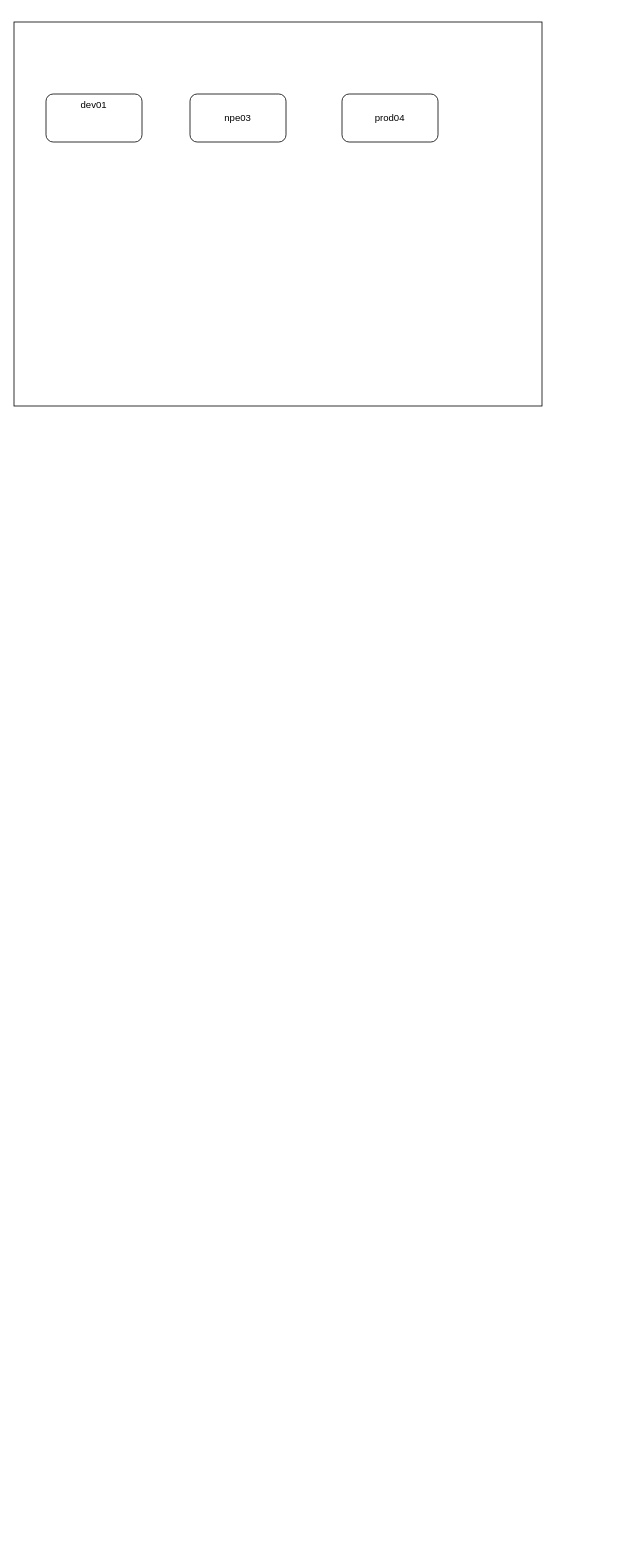
Before: sparknz_env.drawio in huangdgm/drawio, a draw.io diagram. Source tidied: cells renumbered, new cells numbered last; positions are measured from the earlier drawing's top-left corner, leaving out a move shared by most shapes. Both pictures are drawn from the tidied source at 80%, with x=0, y=0 at pixel (14, 22).
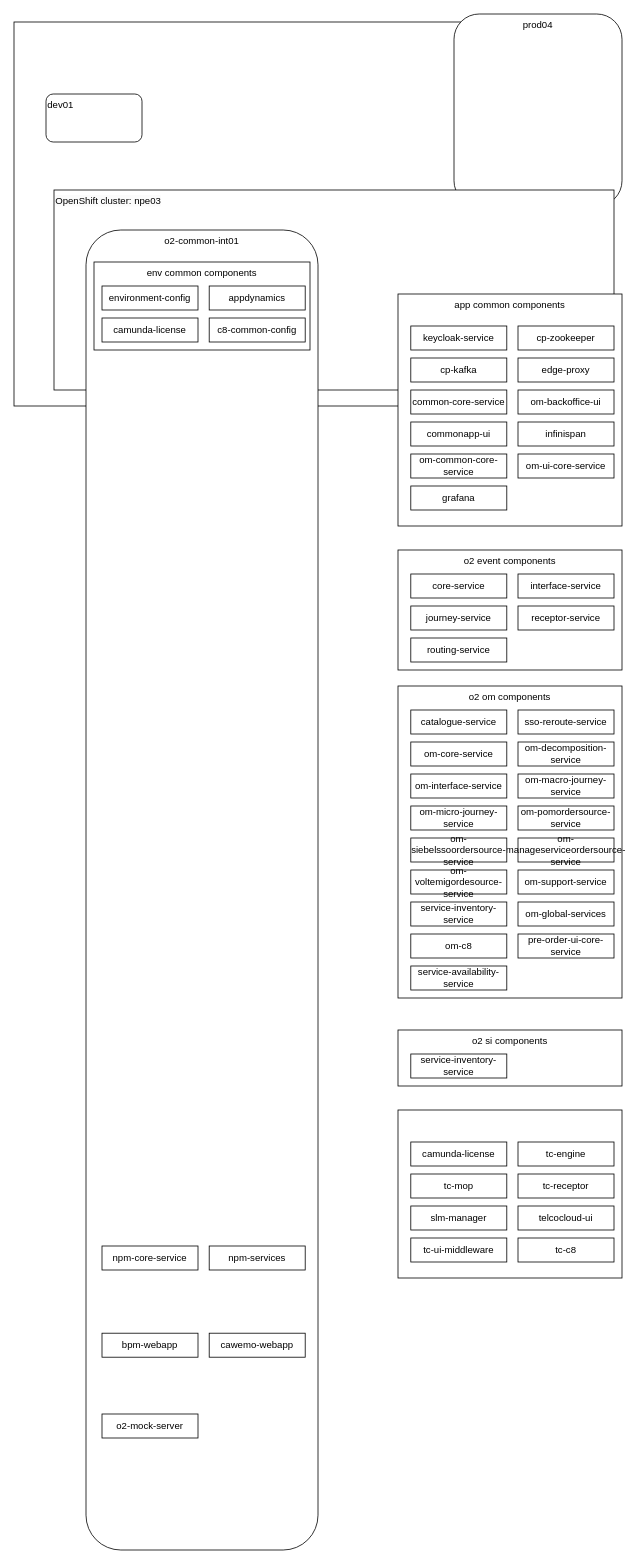
Above is the later version.

Change to the diagram source:
```diff
@@
-    <mxCell id="3" value="dev01" style="rounded=1;whiteSpace=wrap;html=1;verticalAlign=top;" parent="1" vertex="1">
+    <mxCell id="3" value="dev01" style="rounded=1;whiteSpace=wrap;html=1;verticalAlign=top;align=left;" parent="1" vertex="1">
       <mxGeometry x="40" y="90" width="120" height="60" as="geometry" />
     </mxCell>
-    <mxCell id="4" value="npe03" style="rounded=1;whiteSpace=wrap;html=1;" parent="1" vertex="1">
-      <mxGeometry x="220" y="90" width="120" height="60" as="geometry" />
-    </mxCell>
-    <mxCell id="5" value="prod04" style="rounded=1;whiteSpace=wrap;html=1;" parent="1" vertex="1">
-      <mxGeometry x="410" y="90" width="120" height="60" as="geometry" />
+    <mxCell id="5" value="prod04" style="rounded=1;whiteSpace=wrap;html=1;align=center;verticalAlign=top;" parent="1" vertex="1">
+      <mxGeometry x="550" y="-10" width="210" height="240" as="geometry" />
     </mxCell>
+    <mxCell id="6" value="&lt;span style=&quot;color: rgb(0, 0, 0); font-family: Helvetica; font-size: 12px; font-style: normal; font-variant-ligatures: normal; font-variant-caps: normal; font-weight: 400; letter-spacing: normal; orphans: 2; text-indent: 0px; text-transform: none; widows: 2; word-spacing: 0px; -webkit-text-stroke-width: 0px; background-color: rgb(251, 251, 251); text-decoration-thickness: initial; text-decoration-style: initial; text-decoration-color: initial; float: none; display: inline !important;&quot;&gt;OpenShift cluster: npe03&lt;/span&gt;" style="rounded=0;whiteSpace=wrap;html=1;align=left;verticalAlign=top;" parent="1" vertex="1">
+      <mxGeometry x="50" y="210" width="700" height="250" as="geometry" />
+    </mxCell>
+    <mxCell id="7" value="o2-common-int01" style="rounded=1;whiteSpace=wrap;html=1;verticalAlign=top;" parent="1" vertex="1">
+      <mxGeometry x="90" y="260" width="290" height="1650" as="geometry" />
+    </mxCell>
+    <mxCell id="8" value="env common components" style="rounded=0;whiteSpace=wrap;html=1;verticalAlign=top;" parent="1" vertex="1">
+      <mxGeometry x="100" y="300" width="270" height="110" as="geometry" />
+    </mxCell>
+    <mxCell id="9" value="npm-core-service" style="rounded=0;whiteSpace=wrap;html=1;" parent="1" vertex="1">
+      <mxGeometry x="110" y="1530" width="120" height="30" as="geometry" />
+    </mxCell>
+    <mxCell id="10" value="npm-services" style="rounded=0;whiteSpace=wrap;html=1;" parent="1" vertex="1">
+      <mxGeometry x="244" y="1530" width="120" height="30" as="geometry" />
+    </mxCell>
+    <mxCell id="11" value="bpm-webapp" style="rounded=0;whiteSpace=wrap;html=1;" parent="1" vertex="1">
+      <mxGeometry x="110" y="1639" width="120" height="30" as="geometry" />
+    </mxCell>
+    <mxCell id="12" value="cawemo-webapp" style="rounded=0;whiteSpace=wrap;html=1;" parent="1" vertex="1">
+      <mxGeometry x="244" y="1639" width="120" height="30" as="geometry" />
+    </mxCell>
+    <mxCell id="13" value="o2-mock-server" style="rounded=0;whiteSpace=wrap;html=1;" parent="1" vertex="1">
+      <mxGeometry x="110" y="1740" width="120" height="30" as="geometry" />
+    </mxCell>
+    <mxCell id="14" value="environment-config" style="rounded=0;whiteSpace=wrap;html=1;" parent="1" vertex="1">
+      <mxGeometry x="110" y="330" width="120" height="30" as="geometry" />
+    </mxCell>
+    <mxCell id="15" value="appdynamics" style="rounded=0;whiteSpace=wrap;html=1;" parent="1" vertex="1">
+      <mxGeometry x="244" y="330" width="120" height="30" as="geometry" />
+    </mxCell>
+    <mxCell id="16" value="camunda-license" style="rounded=0;whiteSpace=wrap;html=1;" parent="1" vertex="1">
+      <mxGeometry x="110" y="370" width="120" height="30" as="geometry" />
+    </mxCell>
+    <mxCell id="17" value="c8-common-config" style="rounded=0;whiteSpace=wrap;html=1;" parent="1" vertex="1">
+      <mxGeometry x="244" y="370" width="120" height="30" as="geometry" />
+    </mxCell>
+    <mxCell id="18" value="app common components" style="rounded=0;whiteSpace=wrap;html=1;verticalAlign=top;" parent="1" vertex="1">
+      <mxGeometry x="480" y="340" width="280" height="290" as="geometry" />
+    </mxCell>
+    <mxCell id="19" value="cp-zookeeper" style="rounded=0;whiteSpace=wrap;html=1;" parent="1" vertex="1">
+      <mxGeometry x="630" y="380" width="120" height="30" as="geometry" />
+    </mxCell>
+    <mxCell id="20" value="keycloak-service" style="rounded=0;whiteSpace=wrap;html=1;" parent="1" vertex="1">
+      <mxGeometry x="496" y="380" width="120" height="30" as="geometry" />
+    </mxCell>
+    <mxCell id="21" value="cp-kafka" style="rounded=0;whiteSpace=wrap;html=1;" parent="1" vertex="1">
+      <mxGeometry x="496" y="420" width="120" height="30" as="geometry" />
+    </mxCell>
+    <mxCell id="22" value="edge-proxy" style="rounded=0;whiteSpace=wrap;html=1;" parent="1" vertex="1">
+      <mxGeometry x="630" y="420" width="120" height="30" as="geometry" />
+    </mxCell>
+    <mxCell id="23" value="common-core-service" style="rounded=0;whiteSpace=wrap;html=1;" parent="1" vertex="1">
+      <mxGeometry x="496" y="460" width="120" height="30" as="geometry" />
+    </mxCell>
+    <mxCell id="24" value="om-backoffice-ui" style="rounded=0;whiteSpace=wrap;html=1;" parent="1" vertex="1">
+      <mxGeometry x="630" y="460" width="120" height="30" as="geometry" />
+    </mxCell>
+    <mxCell id="25" value="commonapp-ui" style="rounded=0;whiteSpace=wrap;html=1;" parent="1" vertex="1">
+      <mxGeometry x="496" y="500" width="120" height="30" as="geometry" />
+    </mxCell>
+    <mxCell id="26" value="infinispan" style="rounded=0;whiteSpace=wrap;html=1;" parent="1" vertex="1">
+      <mxGeometry x="630" y="500" width="120" height="30" as="geometry" />
+    </mxCell>
+    <mxCell id="27" value="om-common-core-service" style="rounded=0;whiteSpace=wrap;html=1;" parent="1" vertex="1">
+      <mxGeometry x="496" y="540" width="120" height="30" as="geometry" />
+    </mxCell>
+    <mxCell id="28" value="om-ui-core-service" style="rounded=0;whiteSpace=wrap;html=1;" parent="1" vertex="1">
+      <mxGeometry x="630" y="540" width="120" height="30" as="geometry" />
+    </mxCell>
+    <mxCell id="29" value="grafana" style="rounded=0;whiteSpace=wrap;html=1;" parent="1" vertex="1">
+      <mxGeometry x="496" y="580" width="120" height="30" as="geometry" />
+    </mxCell>
+    <mxCell id="30" value="o2 event components" style="rounded=0;whiteSpace=wrap;html=1;verticalAlign=top;" parent="1" vertex="1">
+      <mxGeometry x="480" y="660" width="280" height="150" as="geometry" />
+    </mxCell>
+    <mxCell id="31" value="routing-service" style="rounded=0;whiteSpace=wrap;html=1;" parent="1" vertex="1">
+      <mxGeometry x="496" y="770" width="120" height="30" as="geometry" />
+    </mxCell>
+    <mxCell id="32" value="receptor-service" style="rounded=0;whiteSpace=wrap;html=1;" parent="1" vertex="1">
+      <mxGeometry x="630" y="730" width="120" height="30" as="geometry" />
+    </mxCell>
+    <mxCell id="33" value="journey-service" style="rounded=0;whiteSpace=wrap;html=1;" parent="1" vertex="1">
+      <mxGeometry x="496" y="730" width="120" height="30" as="geometry" />
+    </mxCell>
+    <mxCell id="34" value="core-service" style="rounded=0;whiteSpace=wrap;html=1;" parent="1" vertex="1">
+      <mxGeometry x="496" y="690" width="120" height="30" as="geometry" />
+    </mxCell>
+    <mxCell id="35" value="interface-service" style="rounded=0;whiteSpace=wrap;html=1;" parent="1" vertex="1">
+      <mxGeometry x="630" y="690" width="120" height="30" as="geometry" />
+    </mxCell>
+    <mxCell id="36" value="o2 om components" style="rounded=0;whiteSpace=wrap;html=1;verticalAlign=top;" parent="1" vertex="1">
+      <mxGeometry x="480" y="830" width="280" height="390" as="geometry" />
+    </mxCell>
+    <mxCell id="37" value="service-availability-service" style="rounded=0;whiteSpace=wrap;html=1;" parent="1" vertex="1">
+      <mxGeometry x="496" y="1180" width="120" height="30" as="geometry" />
+    </mxCell>
+    <mxCell id="38" value="pre-order-ui-core-service" style="rounded=0;whiteSpace=wrap;html=1;" parent="1" vertex="1">
+      <mxGeometry x="630" y="1140" width="120" height="30" as="geometry" />
+    </mxCell>
+    <mxCell id="39" value="om-c8" style="rounded=0;whiteSpace=wrap;html=1;" parent="1" vertex="1">
+      <mxGeometry x="496" y="1140" width="120" height="30" as="geometry" />
+    </mxCell>
+    <mxCell id="40" value="om-global-services" style="rounded=0;whiteSpace=wrap;html=1;" parent="1" vertex="1">
+      <mxGeometry x="630" y="1100" width="120" height="30" as="geometry" />
+    </mxCell>
+    <mxCell id="41" value="service-inventory-service" style="rounded=0;whiteSpace=wrap;html=1;" parent="1" vertex="1">
+      <mxGeometry x="496" y="1100" width="120" height="30" as="geometry" />
+    </mxCell>
+    <mxCell id="42" value="om-support-service" style="rounded=0;whiteSpace=wrap;html=1;" parent="1" vertex="1">
+      <mxGeometry x="630" y="1060" width="120" height="30" as="geometry" />
+    </mxCell>
+    <mxCell id="43" value="om-voltemigordesource-service" style="rounded=0;whiteSpace=wrap;html=1;" parent="1" vertex="1">
+      <mxGeometry x="496" y="1060" width="120" height="30" as="geometry" />
+    </mxCell>
+    <mxCell id="44" value="om-manageserviceordersource-service" style="rounded=0;whiteSpace=wrap;html=1;" parent="1" vertex="1">
+      <mxGeometry x="630" y="1020" width="120" height="30" as="geometry" />
+    </mxCell>
+    <mxCell id="45" value="om-siebelssoordersource-service" style="rounded=0;whiteSpace=wrap;html=1;" parent="1" vertex="1">
+      <mxGeometry x="496" y="1020" width="120" height="30" as="geometry" />
+    </mxCell>
+    <mxCell id="46" value="om-pomordersource-service" style="rounded=0;whiteSpace=wrap;html=1;" parent="1" vertex="1">
+      <mxGeometry x="630" y="980" width="120" height="30" as="geometry" />
+    </mxCell>
+    <mxCell id="47" value="om-micro-journey-service" style="rounded=0;whiteSpace=wrap;html=1;" parent="1" vertex="1">
+      <mxGeometry x="496" y="980" width="120" height="30" as="geometry" />
+    </mxCell>
+    <mxCell id="48" value="om-macro-journey-service" style="rounded=0;whiteSpace=wrap;html=1;" parent="1" vertex="1">
+      <mxGeometry x="630" y="940" width="120" height="30" as="geometry" />
+    </mxCell>
+    <mxCell id="49" value="om-interface-service" style="rounded=0;whiteSpace=wrap;html=1;" parent="1" vertex="1">
+      <mxGeometry x="496" y="940" width="120" height="30" as="geometry" />
+    </mxCell>
+    <mxCell id="50" value="om-decomposition-service" style="rounded=0;whiteSpace=wrap;html=1;" parent="1" vertex="1">
+      <mxGeometry x="630" y="900" width="120" height="30" as="geometry" />
+    </mxCell>
+    <mxCell id="51" value="om-core-service" style="rounded=0;whiteSpace=wrap;html=1;" parent="1" vertex="1">
+      <mxGeometry x="496" y="900" width="120" height="30" as="geometry" />
+    </mxCell>
+    <mxCell id="52" value="sso-reroute-service" style="rounded=0;whiteSpace=wrap;html=1;" parent="1" vertex="1">
+      <mxGeometry x="630" y="860" width="120" height="30" as="geometry" />
+    </mxCell>
+    <mxCell id="53" value="catalogue-service" style="rounded=0;whiteSpace=wrap;html=1;" parent="1" vertex="1">
+      <mxGeometry x="496" y="860" width="120" height="30" as="geometry" />
+    </mxCell>
+    <mxCell id="54" value="o2 si components" style="rounded=0;whiteSpace=wrap;html=1;verticalAlign=top;" parent="1" vertex="1">
+      <mxGeometry x="480" y="1260" width="280" height="70" as="geometry" />
+    </mxCell>
+    <mxCell id="55" value="service-inventory-service" style="rounded=0;whiteSpace=wrap;html=1;" parent="1" vertex="1">
+      <mxGeometry x="496" y="1290" width="120" height="30" as="geometry" />
+    </mxCell>
+    <mxCell id="56" style="rounded=0;whiteSpace=wrap;html=1;" parent="1" vertex="1">
+      <mxGeometry x="480" y="1360" width="280" height="210" as="geometry" />
+    </mxCell>
+    <mxCell id="57" value="camunda-license" style="rounded=0;whiteSpace=wrap;html=1;" parent="1" vertex="1">
+      <mxGeometry x="496" y="1400" width="120" height="30" as="geometry" />
+    </mxCell>
+    <mxCell id="58" value="tc-engine" style="rounded=0;whiteSpace=wrap;html=1;" parent="1" vertex="1">
+      <mxGeometry x="630" y="1400" width="120" height="30" as="geometry" />
+    </mxCell>
+    <mxCell id="59" value="tc-mop" style="rounded=0;whiteSpace=wrap;html=1;" parent="1" vertex="1">
+      <mxGeometry x="496" y="1440" width="120" height="30" as="geometry" />
+    </mxCell>
+    <mxCell id="60" value="tc-receptor" style="rounded=0;whiteSpace=wrap;html=1;" parent="1" vertex="1">
+      <mxGeometry x="630" y="1440" width="120" height="30" as="geometry" />
+    </mxCell>
+    <mxCell id="61" value="slm-manager" style="rounded=0;whiteSpace=wrap;html=1;" parent="1" vertex="1">
+      <mxGeometry x="496" y="1480" width="120" height="30" as="geometry" />
+    </mxCell>
+    <mxCell id="62" value="telcocloud-ui" style="rounded=0;whiteSpace=wrap;html=1;" parent="1" vertex="1">
+      <mxGeometry x="630" y="1480" width="120" height="30" as="geometry" />
+    </mxCell>
+    <mxCell id="63" value="tc-ui-middleware" style="rounded=0;whiteSpace=wrap;html=1;" parent="1" vertex="1">
+      <mxGeometry x="496" y="1520" width="120" height="30" as="geometry" />
+    </mxCell>
+    <mxCell id="64" value="tc-c8" style="rounded=0;whiteSpace=wrap;html=1;" parent="1" vertex="1">
+      <mxGeometry x="630" y="1520" width="120" height="30" as="geometry" />
+    </mxCell>
```
